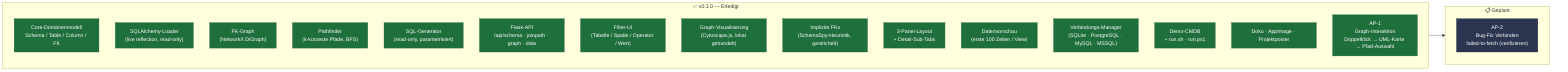
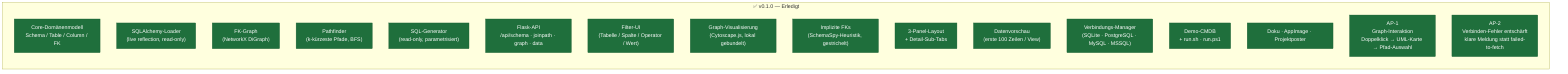
flowchart LR
    classDef done fill:#1f6f3c,color:#fff,stroke:#1a5c32
    classDef wip  fill:#7a5c00,color:#fff,stroke:#5e4600
    classDef plan fill:#2c3550,color:#fff,stroke:#1e2538

    subgraph DONE["✅  v0.1.0 — Erledigt"]
        direction TB
        D1["Core-Domänenmodell\nSchema / Table / Column / FK"]
        D2["SQLAlchemy-Loader\n(live reflection, read-only)"]
        D3["FK-Graph\n(NetworkX DiGraph)"]
        D4["Pathfinder\n(k-kürzeste Pfade, BFS)"]
        D5["SQL-Generator\n(read-only, parametrisiert)"]
        D6["Flask-API\n/api/schema · joinpath · graph · data"]
        D7["Filter-UI\n(Tabelle / Spalte / Operator / Wert)"]
        D8["Graph-Visualisierung\n(Cytoscape.js, lokal gebundelt)"]
        D9["Implizite FKs\n(SchemaSpy-Heuristik, gestrichelt)"]
        D10["3-Panel-Layout\n+ Detail-Sub-Tabs"]
        D11["Datenvorschau\n(erste 100 Zeilen / View)"]
        D12["Verbindungs-Manager\n(SQLite · PostgreSQL · MySQL · MSSQL)"]
        D13["Demo-CMDB\n+ run.sh · run.ps1"]
        D14["Doku · AppImage · Projektposter"]
        D15["AP-1\nGraph-Interaktion\nDoppelklick → UML-Karte → Pfad-Auswahl"]
+         D16["AP-2\nVerbinden-Fehler entschärft\nklare Meldung statt failed-to-fetch"]
    end

-     subgraph PLAN["📋  Geplant"]
-         direction TB
-         P2["AP-2\nBug-Fix Verbinden\nfailed-to-fetch (verifizieren)"]
-     end
- 
-     DONE --> PLAN
- 
-     class D1,D2,D3,D4,D5,D6,D7,D8,D9,D10,D11,D12,D13,D14,D15 done
-     class P2 plan
+     class D1,D2,D3,D4,D5,D6,D7,D8,D9,D10,D11,D12,D13,D14,D15,D16 done
